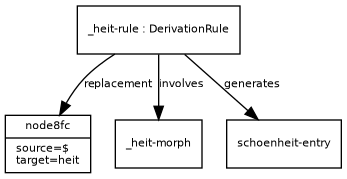
Before: examples/example_20.png, a diagram exported from Graphviz (ontolex/morph). Its source is kept beside it as examples/example_20.dot.
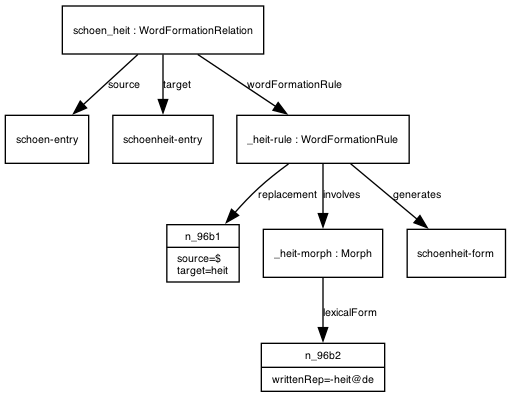
Above is the later version.

Change to the diagram source:
```diff
@@ -13,11 +13,19 @@
       fontsize = 8
     ]
 
-node8fc [ label="{node8fc|source=$\ltarget=heit}" ]
-_heitrule -> node8fc [ label="replacement" ]
-_heitmorph [ label="{_heit-morph}" ]
+schoenentry [ label="{schoen-entry}" ]
+schoen_heit -> schoenentry [ label="source" ]
+schoenheitentry [ label="{schoenheit-entry}" ]
+schoen_heit -> schoenheitentry [ label="target" ]
+n_96b1 [ label="{n_96b1|source=$\ltarget=heit}" ]
+_heitrule -> n_96b1 [ label="replacement" ]
+n_96b2 [ label="{n_96b2|writtenRep=-heit@de}" ]
+_heitmorph -> n_96b2 [ label="lexicalForm" ]
+_heitmorph [ label="{_heit-morph : Morph}" ]
 _heitrule -> _heitmorph [ label="involves" ]
-schoenheitentry [ label="{schoenheit-entry}" ]
-_heitrule -> schoenheitentry [ label="generates" ]
-_heitrule [ label="{_heit-rule : DerivationRule}" ]
+schoenheitform [ label="{schoenheit-form}" ]
+_heitrule -> schoenheitform [ label="generates" ]
+_heitrule [ label="{_heit-rule : WordFormationRule}" ]
+schoen_heit -> _heitrule [ label="wordFormationRule" ]
+schoen_heit [ label="{schoen_heit : WordFormationRelation}" ]
 }
```
